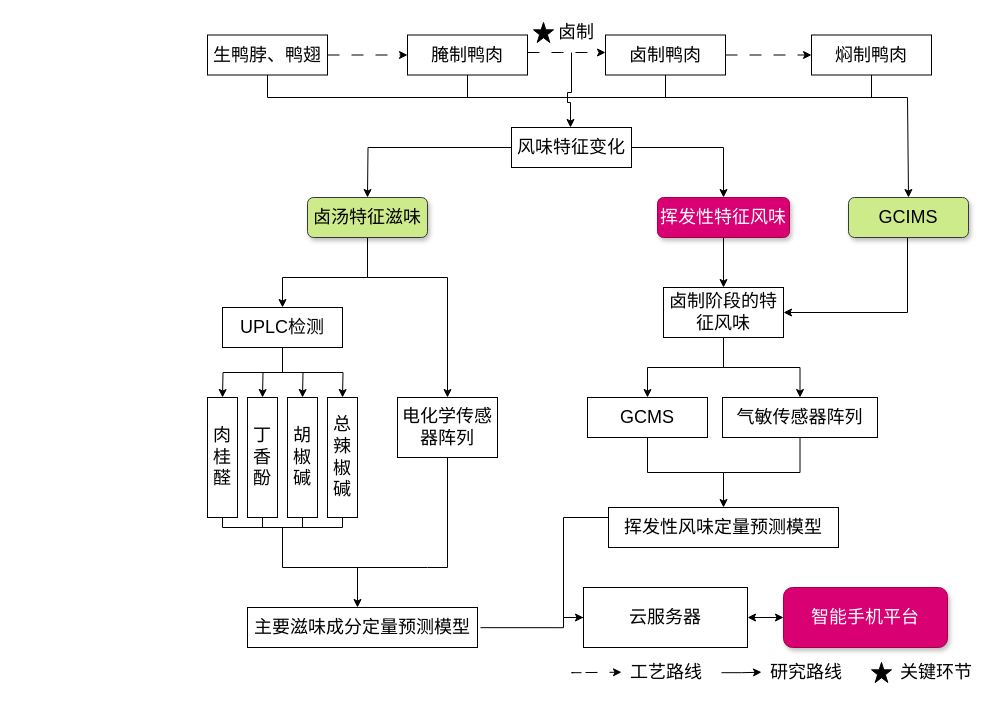
zheng-oh/dragrams keeps this draw.io diagram as 大论文.drawio. Above is the earlier version. Source tidied: cells renumbered, new cells numbered last; positions are measured from the earlier drawing's top-left corner, leaving out a move shared by most shapes. Both pictures are drawn from the tidied source at 100%, with x=0, y=0 at pixel (207, 17).
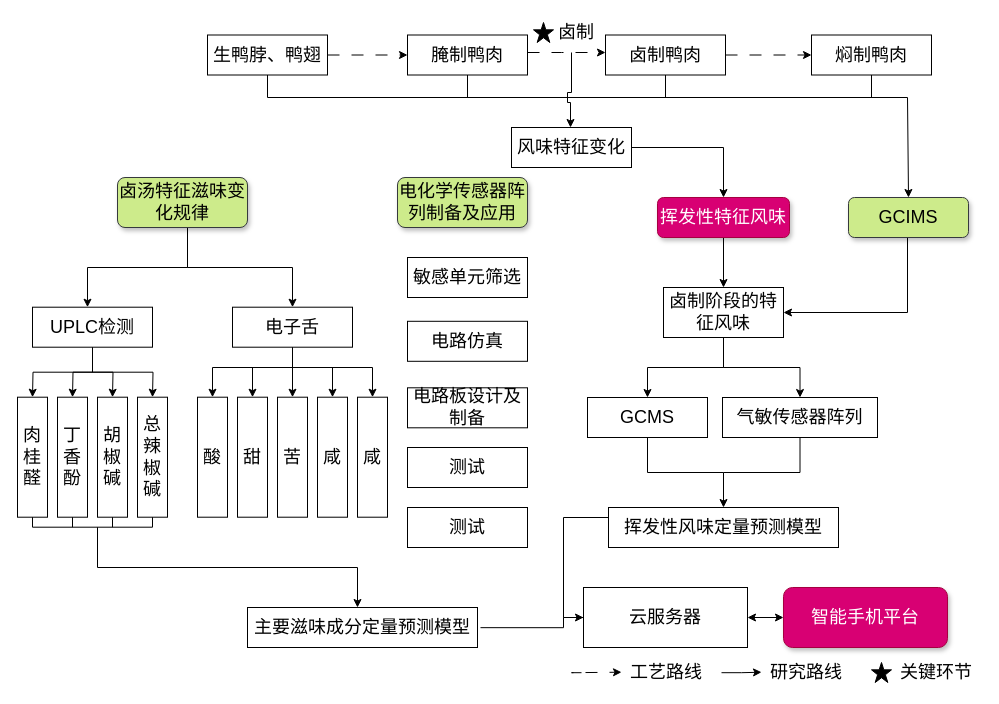
Above is the later version.

The change refers to these unchanged cells:
```xml
<mxCell id="24" value="&lt;span style=&quot;font-size: 18px;&quot;&gt;风味特征变化&lt;/span&gt;" style="whiteSpace=wrap;html=1;rounded=0;" parent="1" vertex="1">
  <mxGeometry x="304" y="110" width="120" height="40" as="geometry" />
</mxCell>
```

Diff of the diagram source:
```diff
@@
-    <mxCell id="22" style="edgeStyle=orthogonalEdgeStyle;rounded=0;jettySize=auto;html=1;" parent="1" edge="1" source="24">
-      <mxGeometry relative="1" as="geometry">
-        <mxPoint x="160" y="180" as="targetPoint" />
-      </mxGeometry>
-    </mxCell>
@@
-    <mxCell id="25" style="edgeStyle=orthogonalEdgeStyle;rounded=0;jettySize=auto;html=1;entryX=0.5;entryY=0;entryDx=0;entryDy=0;" parent="1" edge="1" source="27" target="34">
+    <mxCell id="25" style="edgeStyle=orthogonalEdgeStyle;rounded=0;orthogonalLoop=1;jettySize=auto;html=1;entryX=0.5;entryY=0;entryDx=0;entryDy=0;" parent="1" edge="1">
       <mxGeometry relative="1" as="geometry">
+        <mxPoint y="210" as="sourcePoint" />
+        <mxPoint x="-120" y="289.7" as="targetPoint" />
         <Array as="points">
-          <mxPoint x="160" y="260" />
-          <mxPoint x="75" y="260" />
+          <mxPoint x="-20" y="210" />
+          <mxPoint x="-20" y="250" />
+          <mxPoint x="-120" y="250" />
         </Array>
       </mxGeometry>
     </mxCell>
-    <mxCell id="26" style="edgeStyle=orthogonalEdgeStyle;rounded=0;jettySize=auto;html=1;entryX=0.5;entryY=0;entryDx=0;entryDy=0;" parent="1" edge="1" source="27" target="44">
-      <mxGeometry relative="1" as="geometry">
-        <Array as="points">
-          <mxPoint x="160" y="260" />
-          <mxPoint x="240" y="260" />
-        </Array>
-      </mxGeometry>
-    </mxCell>
+    <mxCell id="68" style="edgeStyle=orthogonalEdgeStyle;rounded=0;orthogonalLoop=1;jettySize=auto;html=1;entryX=0.5;entryY=0;entryDx=0;entryDy=0;" parent="1" edge="1">
+      <mxGeometry relative="1" as="geometry">
+        <mxPoint x="-20" y="210" as="sourcePoint" />
+        <mxPoint x="85" y="289.7" as="targetPoint" />
+        <Array as="points">
+          <mxPoint x="-20" y="250" />
+          <mxPoint x="85" y="250" />
+        </Array>
+      </mxGeometry>
+    </mxCell>
-    <mxCell id="27" value="&lt;span style=&quot;font-size: 18px;&quot;&gt;卤汤特征滋味&lt;/span&gt;" style="whiteSpace=wrap;html=1;rounded=1;labelBackgroundColor=none;fillColor=#cdeb8b;strokeColor=#36393d;gradientColor=none;gradientDirection=north;glass=0;shadow=1;" parent="1" vertex="1">
-      <mxGeometry x="100" y="180" width="120" height="40" as="geometry" />
+    <mxCell id="27" value="&lt;span style=&quot;font-size: 18px;&quot;&gt;卤汤特征滋味变化规律&lt;/span&gt;" style="whiteSpace=wrap;html=1;rounded=1;labelBackgroundColor=none;fillColor=#cdeb8b;strokeColor=#36393d;gradientColor=none;gradientDirection=north;glass=0;shadow=1;" parent="1" vertex="1">
+      <mxGeometry x="-90" y="160" width="130" height="50" as="geometry" />
     </mxCell>
@@
     <mxCell id="30" style="edgeStyle=orthogonalEdgeStyle;rounded=0;jettySize=auto;html=1;" parent="1" edge="1" source="34">
       <mxGeometry relative="1" as="geometry">
-        <mxPoint x="15" y="380" as="targetPoint" />
+        <mxPoint x="-175" y="379.7" as="targetPoint" />
       </mxGeometry>
     </mxCell>
     <mxCell id="31" style="edgeStyle=orthogonalEdgeStyle;rounded=0;jettySize=auto;html=1;" parent="1" edge="1" source="34">
       <mxGeometry relative="1" as="geometry">
-        <mxPoint x="55" y="380" as="targetPoint" />
+        <mxPoint x="-135" y="379.7" as="targetPoint" />
       </mxGeometry>
     </mxCell>
     <mxCell id="32" style="edgeStyle=orthogonalEdgeStyle;rounded=0;jettySize=auto;html=1;" parent="1" edge="1" source="34">
       <mxGeometry relative="1" as="geometry">
-        <mxPoint x="95" y="380" as="targetPoint" />
+        <mxPoint x="-95" y="379.7" as="targetPoint" />
       </mxGeometry>
     </mxCell>
     <mxCell id="33" style="edgeStyle=orthogonalEdgeStyle;rounded=0;jettySize=auto;html=1;" parent="1" edge="1" source="34">
       <mxGeometry relative="1" as="geometry">
-        <mxPoint x="135" y="380" as="targetPoint" />
+        <mxPoint x="-55" y="379.7" as="targetPoint" />
       </mxGeometry>
     </mxCell>
     <mxCell id="34" value="&lt;span style=&quot;font-size: 18px;&quot;&gt;UPLC检测&lt;/span&gt;" style="whiteSpace=wrap;html=1;rounded=0;" parent="1" vertex="1">
-      <mxGeometry x="15" y="290" width="120" height="40" as="geometry" />
+      <mxGeometry x="-175" y="289.7" width="120" height="40" as="geometry" />
     </mxCell>
     <mxCell id="35" style="edgeStyle=orthogonalEdgeStyle;rounded=0;orthogonalLoop=1;jettySize=auto;html=1;endArrow=none;endFill=0;" parent="1" edge="1">
       <mxGeometry relative="1" as="geometry">
-        <mxPoint x="15" y="480" as="sourcePoint" />
-        <mxPoint x="15" y="510" as="targetPoint" />
+        <mxPoint x="-175" y="479.7" as="sourcePoint" />
+        <mxPoint x="-175" y="509.7" as="targetPoint" />
       </mxGeometry>
     </mxCell>
     <mxCell id="36" value="&lt;font style=&quot;font-size: 18px;&quot;&gt;肉桂醛&lt;/font&gt;" style="whiteSpace=wrap;html=1;rounded=0;fontSize=18;" parent="1" vertex="1">
-      <mxGeometry y="380" width="30" height="120" as="geometry" />
+      <mxGeometry x="-190" y="379.7" width="30" height="120" as="geometry" />
     </mxCell>
     <mxCell id="37" style="edgeStyle=orthogonalEdgeStyle;rounded=0;orthogonalLoop=1;jettySize=auto;html=1;endArrow=none;endFill=0;" parent="1" edge="1">
       <mxGeometry relative="1" as="geometry">
-        <mxPoint x="55" y="480" as="sourcePoint" />
-        <mxPoint x="55" y="510" as="targetPoint" />
+        <mxPoint x="-135" y="479.7" as="sourcePoint" />
+        <mxPoint x="-135" y="509.7" as="targetPoint" />
       </mxGeometry>
     </mxCell>
     <mxCell id="38" value="&lt;font style=&quot;font-size: 18px;&quot;&gt;丁香酚&lt;/font&gt;" style="whiteSpace=wrap;html=1;rounded=0;fontSize=18;" parent="1" vertex="1">
-      <mxGeometry x="40" y="380" width="30" height="120" as="geometry" />
+      <mxGeometry x="-150" y="379.7" width="30" height="120" as="geometry" />
     </mxCell>
     <mxCell id="39" style="edgeStyle=orthogonalEdgeStyle;rounded=0;orthogonalLoop=1;jettySize=auto;html=1;endArrow=none;endFill=0;" parent="1" edge="1">
       <mxGeometry relative="1" as="geometry">
-        <mxPoint x="95" y="480" as="sourcePoint" />
-        <mxPoint x="95" y="510" as="targetPoint" />
+        <mxPoint x="-95" y="479.7" as="sourcePoint" />
+        <mxPoint x="-95" y="509.7" as="targetPoint" />
       </mxGeometry>
     </mxCell>
     <mxCell id="40" value="&lt;font style=&quot;font-size: 18px;&quot;&gt;胡椒碱&lt;/font&gt;" style="whiteSpace=wrap;html=1;rounded=0;fontSize=18;" parent="1" vertex="1">
-      <mxGeometry x="80" y="380" width="30" height="120" as="geometry" />
+      <mxGeometry x="-110" y="379.7" width="30" height="120" as="geometry" />
     </mxCell>
     <mxCell id="41" style="edgeStyle=orthogonalEdgeStyle;rounded=0;orthogonalLoop=1;jettySize=auto;html=1;endArrow=none;endFill=0;" parent="1" edge="1">
       <mxGeometry relative="1" as="geometry">
-        <mxPoint x="135" y="480" as="sourcePoint" />
-        <mxPoint x="135" y="510" as="targetPoint" />
+        <mxPoint x="-55" y="479.7" as="sourcePoint" />
+        <mxPoint x="-55" y="509.7" as="targetPoint" />
       </mxGeometry>
     </mxCell>
     <mxCell id="42" value="&lt;font style=&quot;font-size: 18px;&quot;&gt;总辣椒碱&lt;/font&gt;" style="whiteSpace=wrap;html=1;rounded=0;fontSize=18;" parent="1" vertex="1">
-      <mxGeometry x="120" y="380" width="30" height="120" as="geometry" />
+      <mxGeometry x="-70" y="379.7" width="30" height="120" as="geometry" />
     </mxCell>
-    <mxCell id="43" style="edgeStyle=orthogonalEdgeStyle;rounded=0;jettySize=auto;html=1;endArrow=none;endFill=0;" parent="1" edge="1" source="44">
-      <mxGeometry relative="1" as="geometry">
-        <mxPoint x="220" y="550" as="targetPoint" />
-        <Array as="points">
-          <mxPoint x="240" y="550" />
-        </Array>
-      </mxGeometry>
-    </mxCell>
-    <mxCell id="44" value="&lt;span style=&quot;font-size: 18px;&quot;&gt;电化学传感器阵列&lt;/span&gt;" style="whiteSpace=wrap;html=1;rounded=0;" parent="1" vertex="1">
-      <mxGeometry x="190" y="380" width="100" height="60" as="geometry" />
-    </mxCell>
     <mxCell id="45" style="edgeStyle=orthogonalEdgeStyle;rounded=0;orthogonalLoop=1;jettySize=auto;html=1;endArrow=none;endFill=0;" parent="1" edge="1">
       <mxGeometry relative="1" as="geometry">
-        <mxPoint x="15" y="510" as="sourcePoint" />
-        <mxPoint x="135" y="510" as="targetPoint" />
+        <mxPoint x="-175" y="509.7" as="sourcePoint" />
+        <mxPoint x="-55" y="509.7" as="targetPoint" />
       </mxGeometry>
     </mxCell>
     <mxCell id="46" style="edgeStyle=orthogonalEdgeStyle;rounded=0;orthogonalLoop=1;jettySize=auto;html=1;" parent="1" edge="1">
       <mxGeometry relative="1" as="geometry">
-        <mxPoint x="75" y="510" as="sourcePoint" />
+        <mxPoint x="-110" y="520" as="sourcePoint" />
         <mxPoint x="150" y="590" as="targetPoint" />
         <Array as="points">
-          <mxPoint x="75" y="550" />
+          <mxPoint x="-110" y="510" />
+          <mxPoint x="-110" y="550" />
           <mxPoint x="150" y="550" />
-          <mxPoint x="150" y="590" />
         </Array>
       </mxGeometry>
     </mxCell>
-    <mxCell id="47" style="edgeStyle=orthogonalEdgeStyle;rounded=0;orthogonalLoop=1;jettySize=auto;html=1;endArrow=none;endFill=0;" parent="1" edge="1">
-      <mxGeometry relative="1" as="geometry">
-        <mxPoint x="130" y="550" as="sourcePoint" />
-        <mxPoint x="220" y="550" as="targetPoint" />
-        <Array as="points">
-          <mxPoint x="220" y="550" />
-        </Array>
-      </mxGeometry>
-    </mxCell>
@@
+    <mxCell id="69" style="edgeStyle=orthogonalEdgeStyle;rounded=0;jettySize=auto;html=1;" parent="1" edge="1" source="74" target="77">
+      <mxGeometry relative="1" as="geometry" />
+    </mxCell>
+    <mxCell id="70" style="edgeStyle=orthogonalEdgeStyle;rounded=0;jettySize=auto;html=1;entryX=0.5;entryY=0;entryDx=0;entryDy=0;" parent="1" edge="1" source="74" target="76">
+      <mxGeometry relative="1" as="geometry">
+        <Array as="points">
+          <mxPoint x="85" y="350" />
+          <mxPoint x="45" y="350" />
+        </Array>
+      </mxGeometry>
+    </mxCell>
+    <mxCell id="71" style="edgeStyle=orthogonalEdgeStyle;rounded=0;jettySize=auto;html=1;entryX=0.5;entryY=0;entryDx=0;entryDy=0;" parent="1" edge="1" source="74" target="78">
+      <mxGeometry relative="1" as="geometry">
+        <Array as="points">
+          <mxPoint x="85" y="350" />
+          <mxPoint x="125" y="350" />
+        </Array>
+      </mxGeometry>
+    </mxCell>
+    <mxCell id="72" style="edgeStyle=orthogonalEdgeStyle;rounded=0;jettySize=auto;html=1;entryX=0.5;entryY=0;entryDx=0;entryDy=0;" parent="1" edge="1" source="74" target="79">
+      <mxGeometry relative="1" as="geometry">
+        <Array as="points">
+          <mxPoint x="85" y="350" />
+          <mxPoint x="165" y="350" />
+        </Array>
+      </mxGeometry>
+    </mxCell>
+    <mxCell id="73" style="edgeStyle=orthogonalEdgeStyle;rounded=0;jettySize=auto;html=1;" parent="1" edge="1" source="74" target="75">
+      <mxGeometry relative="1" as="geometry">
+        <Array as="points">
+          <mxPoint x="85" y="350" />
+          <mxPoint x="5" y="350" />
+        </Array>
+      </mxGeometry>
+    </mxCell>
+    <mxCell id="74" value="&lt;span style=&quot;font-size: 18px;&quot;&gt;电子舌&lt;/span&gt;" style="whiteSpace=wrap;html=1;rounded=0;" parent="1" vertex="1">
+      <mxGeometry x="25" y="289.7" width="120" height="40" as="geometry" />
+    </mxCell>
+    <mxCell id="75" value="&lt;font style=&quot;font-size: 18px;&quot;&gt;酸&lt;/font&gt;" style="whiteSpace=wrap;html=1;rounded=0;fontSize=18;" parent="1" vertex="1">
+      <mxGeometry x="-10" y="379.7" width="30" height="120" as="geometry" />
+    </mxCell>
+    <mxCell id="76" value="&lt;font style=&quot;font-size: 18px;&quot;&gt;甜&lt;/font&gt;" style="whiteSpace=wrap;html=1;rounded=0;fontSize=18;" parent="1" vertex="1">
+      <mxGeometry x="30" y="379.7" width="30" height="120" as="geometry" />
+    </mxCell>
+    <mxCell id="77" value="苦" style="whiteSpace=wrap;html=1;rounded=0;fontSize=18;" parent="1" vertex="1">
+      <mxGeometry x="70" y="379.7" width="30" height="120" as="geometry" />
+    </mxCell>
+    <mxCell id="78" value="咸" style="whiteSpace=wrap;html=1;rounded=0;fontSize=18;" parent="1" vertex="1">
+      <mxGeometry x="110" y="379.7" width="30" height="120" as="geometry" />
+    </mxCell>
+    <mxCell id="79" value="咸" style="whiteSpace=wrap;html=1;rounded=0;fontSize=18;" parent="1" vertex="1">
+      <mxGeometry x="150" y="379.7" width="30" height="120" as="geometry" />
+    </mxCell>
+    <mxCell id="80" value="&lt;span style=&quot;font-size: 18px;&quot;&gt;电化学传感器阵列制备及应用&lt;/span&gt;" style="whiteSpace=wrap;html=1;rounded=1;labelBackgroundColor=none;fillColor=#cdeb8b;strokeColor=#36393d;gradientColor=none;gradientDirection=north;glass=0;shadow=1;" parent="1" vertex="1">
+      <mxGeometry x="190" y="160" width="130" height="50" as="geometry" />
+    </mxCell>
+    <mxCell id="81" value="&lt;span style=&quot;font-size: 18px;&quot;&gt;敏感单元筛选&lt;/span&gt;" style="whiteSpace=wrap;html=1;rounded=0;" parent="1" vertex="1">
+      <mxGeometry x="200" y="240" width="120" height="40" as="geometry" />
+    </mxCell>
+    <mxCell id="82" value="&lt;span style=&quot;font-size: 18px;&quot;&gt;电路仿真&lt;/span&gt;" style="whiteSpace=wrap;html=1;rounded=0;" parent="1" vertex="1">
+      <mxGeometry x="200" y="303.8" width="120" height="40" as="geometry" />
+    </mxCell>
+    <mxCell id="83" value="&lt;span style=&quot;font-size: 18px;&quot;&gt;电路板设计及制备&lt;/span&gt;" style="whiteSpace=wrap;html=1;rounded=0;" parent="1" vertex="1">
+      <mxGeometry x="200" y="370.3" width="120" height="40" as="geometry" />
+    </mxCell>
+    <mxCell id="84" value="&lt;span style=&quot;font-size: 18px;&quot;&gt;测试&lt;/span&gt;" style="whiteSpace=wrap;html=1;rounded=0;" parent="1" vertex="1">
+      <mxGeometry x="200" y="430" width="120" height="40" as="geometry" />
+    </mxCell>
+    <mxCell id="85" value="&lt;span style=&quot;font-size: 18px;&quot;&gt;测试&lt;/span&gt;" style="whiteSpace=wrap;html=1;rounded=0;" parent="1" vertex="1">
+      <mxGeometry x="200" y="490" width="120" height="40" as="geometry" />
+    </mxCell>
```
